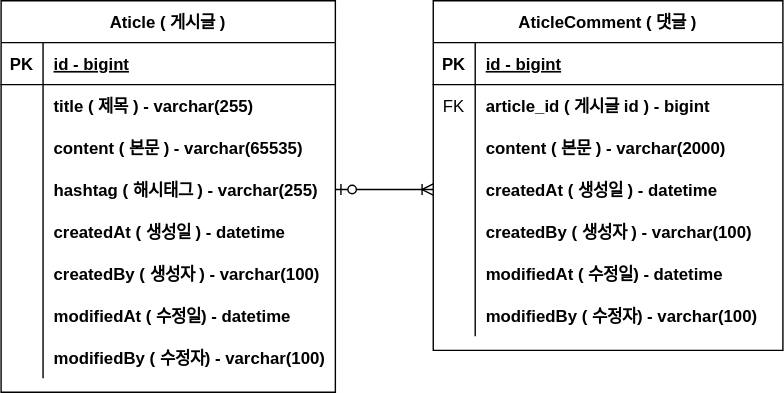
This is document/project-board-erd.svg from Seonooo/spring-board-project, a draw.io export, as it was before one commit. Source tidied: cells renumbered, new cells last; positions are measured from the earlier drawing's top-left corner, leaving out a move shared by most shapes.
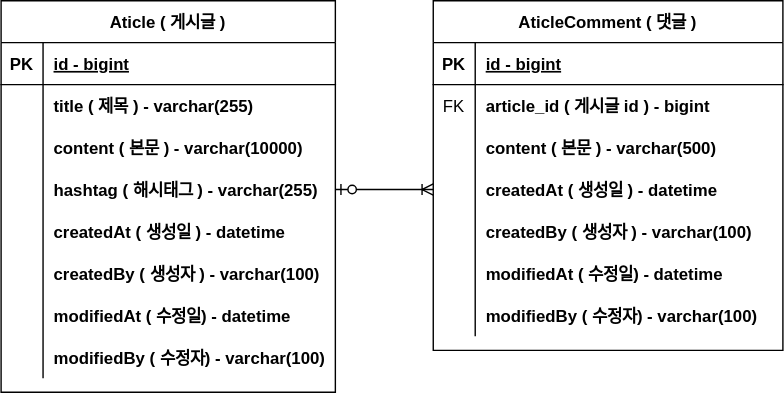
After the commit.

Commit message:
#10 - erd 업데이트: content 사이즈 변경

The edit, as a diff of the source:
```diff
@@ -2,11 +2,6 @@
   <root>
     <mxCell id="0" />
     <mxCell id="1" parent="0" />
-    <mxCell id="2" style="edgeStyle=entityRelationEdgeStyle;endArrow=ERzeroToMany;startArrow=ERone;endFill=1;startFill=0;" parent="1" edge="1" target="x">
-      <mxGeometry relative="1" as="geometry">
-        <mxPoint x="619" y="45" as="sourcePoint" />
-      </mxGeometry>
-    </mxCell>
     <mxCell id="3" value="Aticle ( 게시글 )" style="shape=table;startSize=30;rowLines=0;fontStyle=1;align=center;" parent="1" vertex="1">
       <mxGeometry width="239" height="280" as="geometry" />
     </mxCell>
@@ -34,7 +29,7 @@
     <mxCell id="11" style="shape=partialRectangle;fillColor=none;top=0;left=0;bottom=0;right=0;overflow=hidden;" parent="10" vertex="1">
       <mxGeometry width="30" height="30" as="geometry" />
     </mxCell>
-    <mxCell id="12" value="content ( 본문 ) - varchar(65535)" style="shape=partialRectangle;fillColor=none;top=0;left=0;bottom=0;right=0;align=left;spacingLeft=6;overflow=hidden;fontStyle=1;" parent="10" vertex="1">
+    <mxCell id="12" value="content ( 본문 ) - varchar(10000)" style="shape=partialRectangle;fillColor=none;top=0;left=0;bottom=0;right=0;align=left;spacingLeft=6;overflow=hidden;fontStyle=1;" parent="10" vertex="1">
       <mxGeometry x="30" width="209" height="30" as="geometry" />
     </mxCell>
     <mxCell id="13" style="shape=tableRow;horizontal=0;startSize=0;swimlaneHead=0;swimlaneBody=0;fillColor=none;points=[[0,0.5],[1,0.5]];portConstraint=eastwest;top=0;left=0;right=0;bottom=0;" parent="3" vertex="1">
@@ -109,7 +104,7 @@
     <mxCell id="36" style="shape=partialRectangle;fillColor=none;top=0;left=0;bottom=0;right=0;overflow=hidden;" parent="35" vertex="1">
       <mxGeometry width="30" height="30" as="geometry" />
     </mxCell>
-    <mxCell id="37" value="content ( 본문 ) - varchar(2000)" style="shape=partialRectangle;fillColor=none;top=0;left=0;bottom=0;right=0;align=left;spacingLeft=6;overflow=hidden;fontStyle=1;" parent="35" vertex="1">
+    <mxCell id="37" value="content ( 본문 ) - varchar(500)" style="shape=partialRectangle;fillColor=none;top=0;left=0;bottom=0;right=0;align=left;spacingLeft=6;overflow=hidden;fontStyle=1;" parent="35" vertex="1">
       <mxGeometry x="30" width="220" height="30" as="geometry" />
     </mxCell>
     <mxCell id="38" style="shape=tableRow;horizontal=0;startSize=0;swimlaneHead=0;swimlaneBody=0;fillColor=none;points=[[0,0.5],[1,0.5]];portConstraint=eastwest;top=0;left=0;right=0;bottom=0;" parent="28" vertex="1">
```
